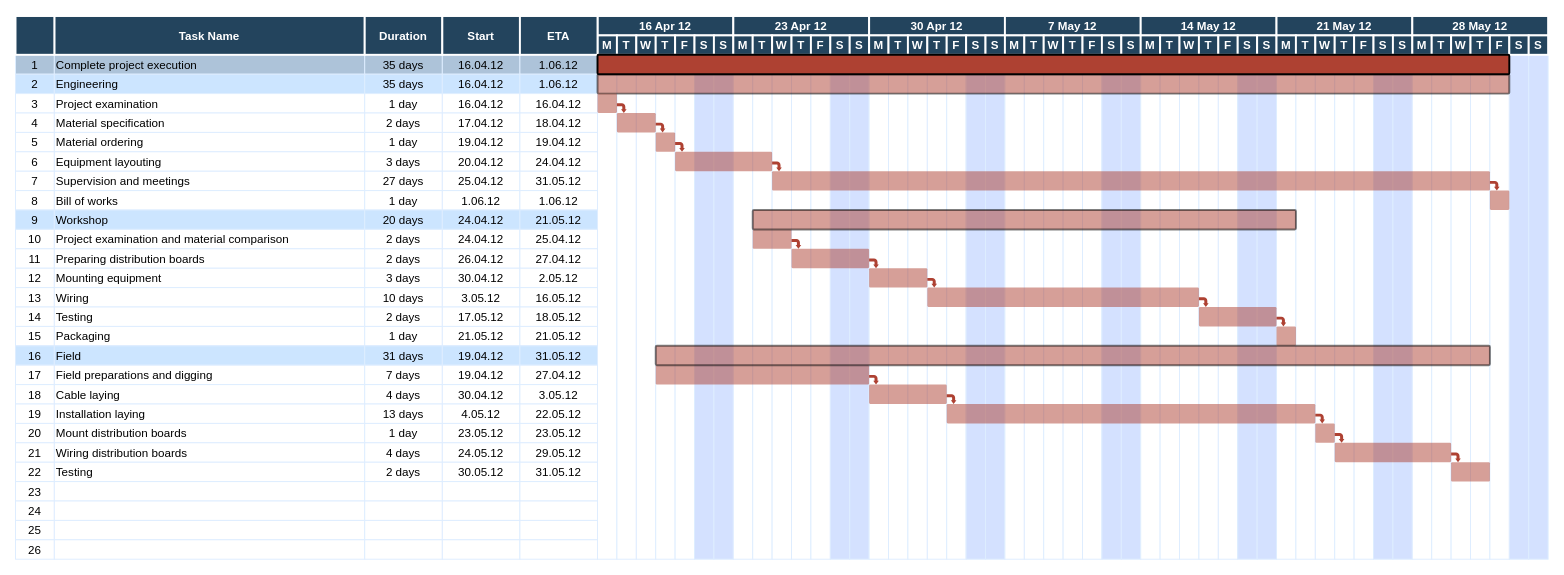
Above: Untitled Diagram.drawio in sourav4371/sourav (draw.io), before the change. Source tidied: cells renumbered, new cells numbered last; positions are measured from the earlier drawing's top-left corner, leaving out a move shared by most shapes. Both pictures are drawn from the tidied source at 97%, with x=0, y=0 at pixel (15, 16).
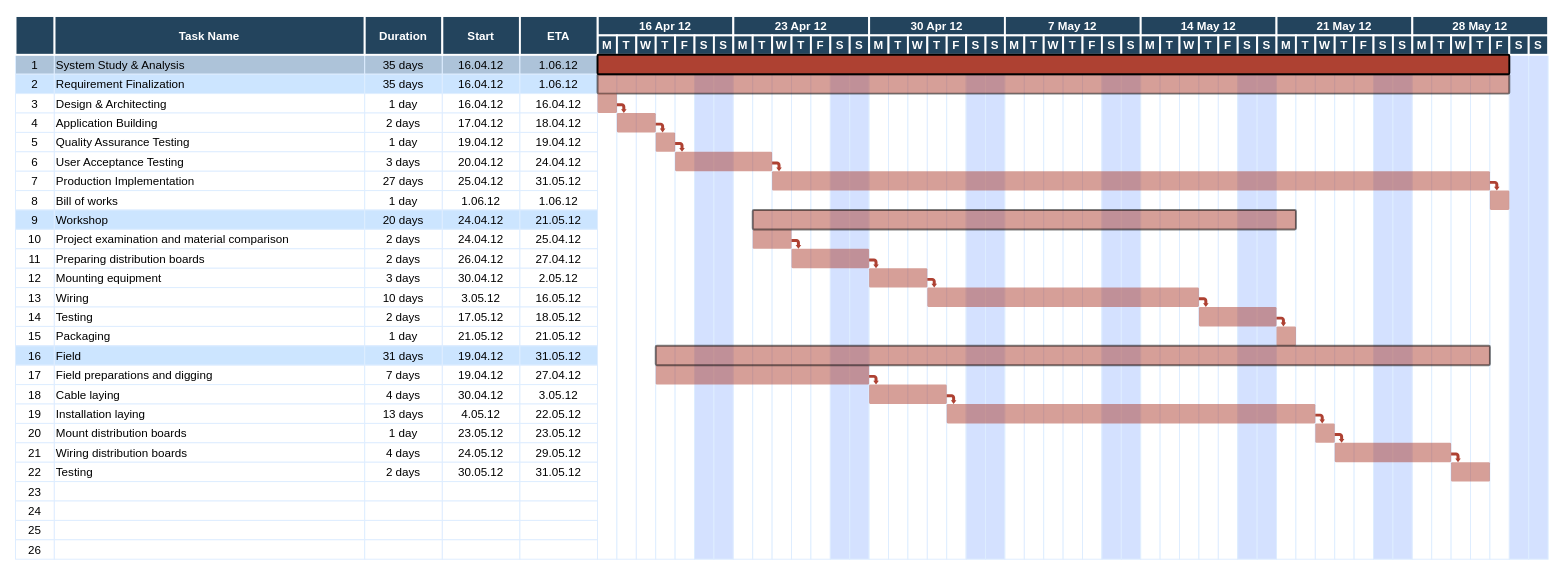
Above is the later version.

The edit, as a diff of the source:
```diff
@@
-    <mxCell id="3" value="Complete project execution" style="align=left;strokeColor=#DEEDFF;fillColor=#ADC3D9;" parent="1" vertex="1">
+    <mxCell id="3" value="System Study &amp; Analysis" style="align=left;strokeColor=#DEEDFF;fillColor=#ADC3D9;" parent="1" vertex="1">
       <mxGeometry x="40.5" y="40" width="320" height="20" as="geometry" />
     </mxCell>
@@
-    <mxCell id="9" value="Engineering" style="align=left;strokeColor=#DEEDFF;fillColor=#CCE5FF;" parent="1" vertex="1">
+    <mxCell id="9" value="Requirement Finalization" style="align=left;strokeColor=#DEEDFF;fillColor=#CCE5FF;" parent="1" vertex="1">
       <mxGeometry x="40.5" y="60" width="320" height="20" as="geometry" />
     </mxCell>
@@
-    <mxCell id="14" value="Project examination" style="align=left;strokeColor=#DEEDFF;" parent="1" vertex="1">
+    <mxCell id="14" value="Design &amp; Architecting" style="align=left;strokeColor=#DEEDFF;" parent="1" vertex="1">
       <mxGeometry x="40.5" y="80" width="320" height="20" as="geometry" />
     </mxCell>
@@
-    <mxCell id="19" value="Material specification" style="align=left;strokeColor=#DEEDFF;" parent="1" vertex="1">
+    <mxCell id="19" value="Application Building" style="align=left;strokeColor=#DEEDFF;" parent="1" vertex="1">
       <mxGeometry x="40.5" y="100" width="320" height="20" as="geometry" />
     </mxCell>
@@
-    <mxCell id="24" value="Material ordering" style="align=left;strokeColor=#DEEDFF;" parent="1" vertex="1">
+    <mxCell id="24" value="Quality Assurance Testing " style="align=left;strokeColor=#DEEDFF;" parent="1" vertex="1">
       <mxGeometry x="40.5" y="120" width="320" height="20" as="geometry" />
     </mxCell>
@@
-    <mxCell id="29" value="Equipment layouting" style="align=left;strokeColor=#DEEDFF;" parent="1" vertex="1">
+    <mxCell id="29" value="User Acceptance Testing" style="align=left;strokeColor=#DEEDFF;" parent="1" vertex="1">
       <mxGeometry x="40.5" y="140" width="320" height="20" as="geometry" />
     </mxCell>
@@
-    <mxCell id="34" value="Supervision and meetings" style="align=left;strokeColor=#DEEDFF;" parent="1" vertex="1">
+    <mxCell id="34" value="Production Implementation" style="align=left;strokeColor=#DEEDFF;" parent="1" vertex="1">
       <mxGeometry x="40.5" y="160" width="320" height="20" as="geometry" />
     </mxCell>
```
